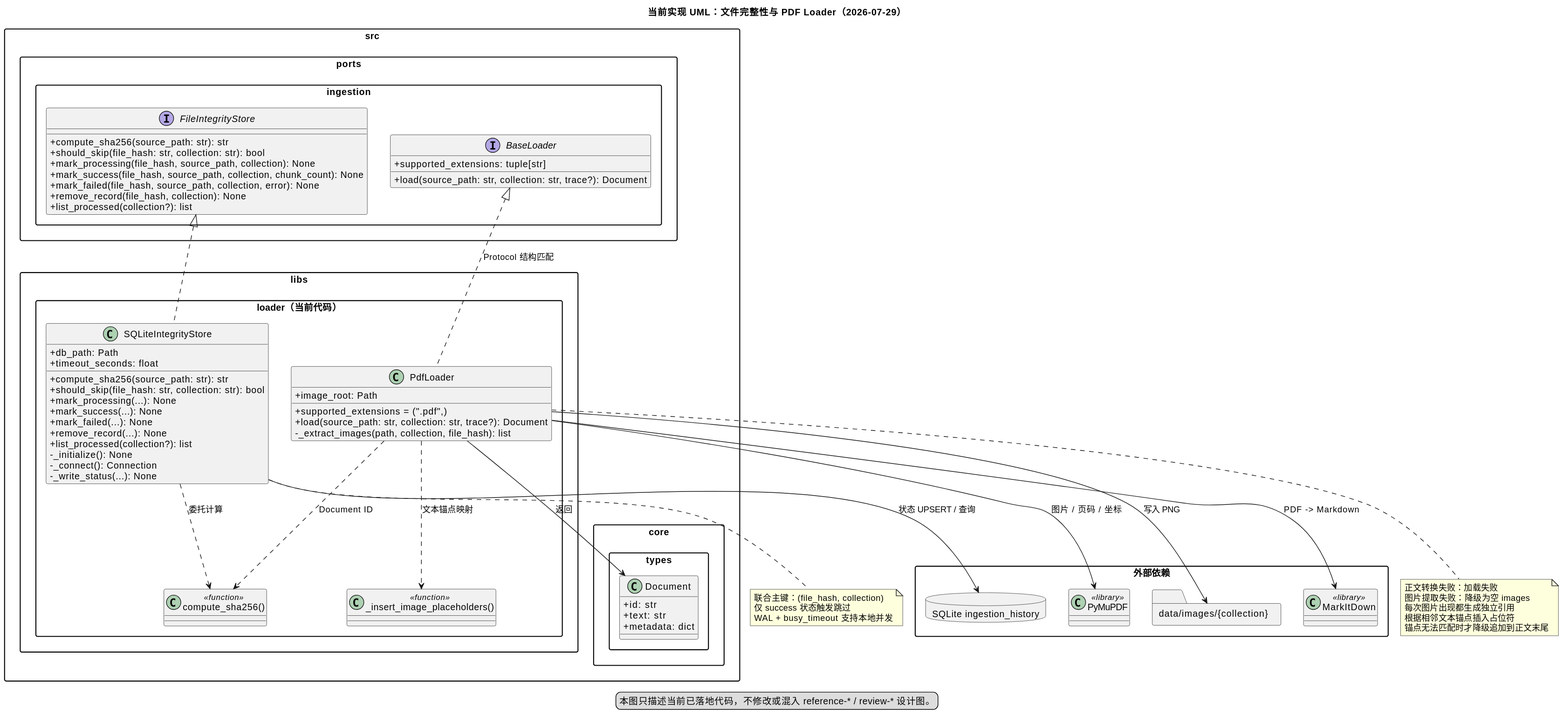
The PlantUML diagram diagrams/current-01-file-integrity-and-pdf-loader.svg in CHZarles/modular-rag-mcp, before a commit. The source it was exported from:
```plantuml
@startuml
title 当前实现 UML：文件完整性与 PDF Loader（2026-07-29）

allowmixing
skinparam classAttributeIconSize 0
skinparam packageStyle rectangle

package "src.ports.ingestion" {
  interface FileIntegrityStore {
    + compute_sha256(source_path: str): str
    + should_skip(file_hash: str, collection: str): bool
    + mark_processing(file_hash, source_path, collection): None
    + mark_success(file_hash, source_path, collection, chunk_count): None
    + mark_failed(file_hash, source_path, collection, error): None
    + remove_record(file_hash, collection): None
    + list_processed(collection?): list
  }

  interface BaseLoader {
    + supported_extensions: tuple[str]
    + load(source_path: str, collection: str, trace?): Document
  }
}

package "src.libs.loader（当前代码）" {
  class SQLiteIntegrityStore {
    + db_path: Path
    + timeout_seconds: float
    + compute_sha256(source_path: str): str
    + should_skip(file_hash: str, collection: str): bool
    + mark_processing(...): None
    + mark_success(...): None
    + mark_failed(...): None
    + remove_record(...): None
    + list_processed(collection?): list
    - _initialize(): None
    - _connect(): Connection
    - _write_status(...): None
  }

  class PdfLoader {
    + supported_extensions = (".pdf",)
    + image_root: Path
    + load(source_path: str, collection: str, trace?): Document
    - _extract_images(path, collection, file_hash): list
  }

  class "compute_sha256()" as ComputeSHA256 <<function>>
  class "_insert_image_placeholders()" as InsertPlaceholders <<function>>
}

package "src.core.types" {
  class Document {
    + id: str
    + text: str
    + metadata: dict
  }
}

package "外部依赖" {
  class MarkItDown <<library>>
  class PyMuPDF <<library>>
  database "SQLite ingestion_history" as IngestionHistoryDb
  folder "data/images/{collection}" as Images
}

FileIntegrityStore <|.. SQLiteIntegrityStore
BaseLoader <|.. PdfLoader : Protocol 结构匹配

SQLiteIntegrityStore ..> ComputeSHA256 : 委托计算
SQLiteIntegrityStore --> IngestionHistoryDb : 状态 UPSERT / 查询

PdfLoader ..> ComputeSHA256 : Document ID
PdfLoader ..> InsertPlaceholders : 文本锚点映射
PdfLoader --> MarkItDown : PDF -> Markdown
PdfLoader --> PyMuPDF : 图片 / 页码 / 坐标
PdfLoader --> Images : 写入 PNG
PdfLoader --> Document : 返回

note bottom of SQLiteIntegrityStore
  联合主键：(file_hash, collection)
  仅 success 状态触发跳过
  WAL + busy_timeout 支持本地并发
end note

note bottom of PdfLoader
  正文转换失败：加载失败
  图片提取失败：降级为空 images
  每次图片出现都生成独立引用
  根据相邻文本锚点插入占位符
  锚点无法匹配时才降级追加到正文末尾
end note

legend bottom
  本图只描述当前已落地代码，不修改或混入 reference-* / review-* 设计图。
endlegend
@enduml
```
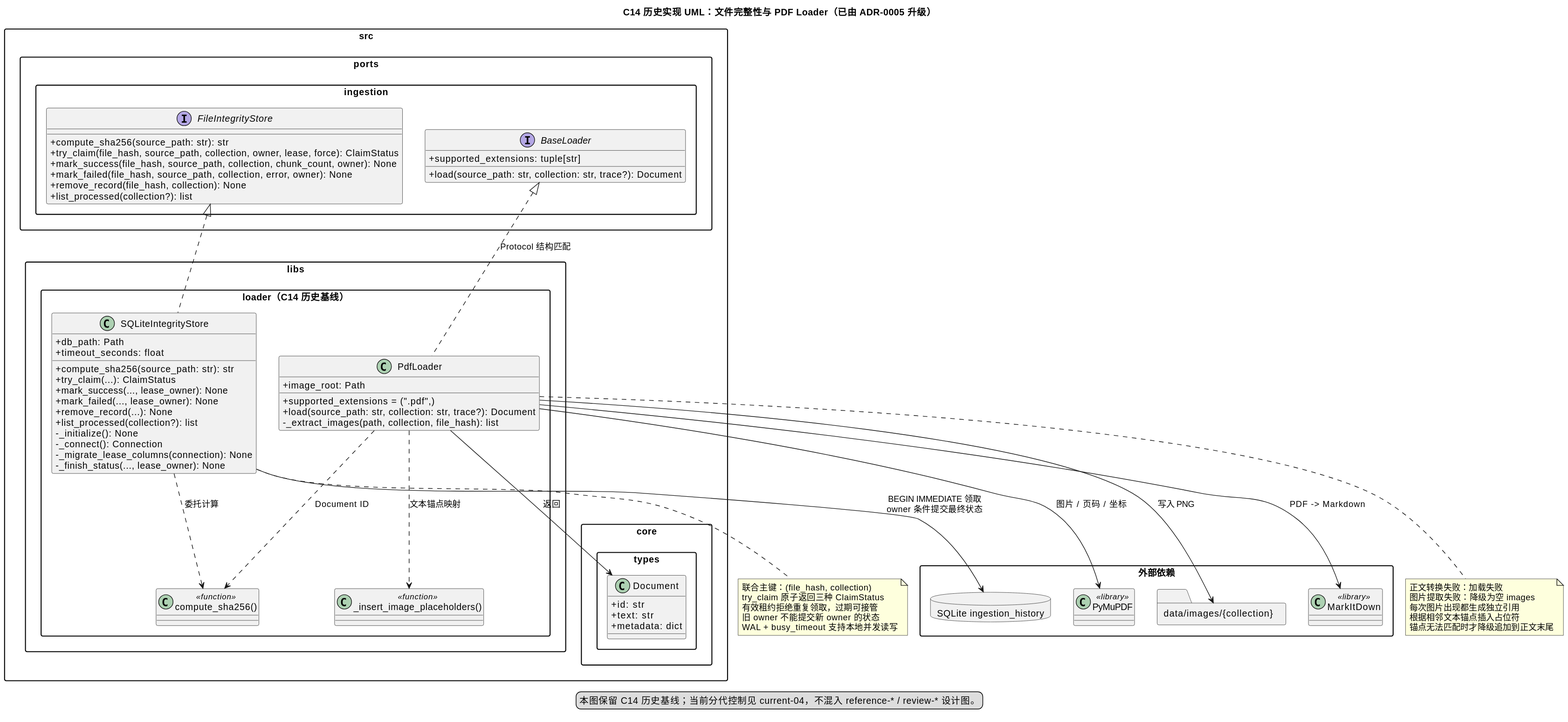
The same file after the commit.

The edit, as a diff of the source:
```diff
@@ -1,5 +1,5 @@
 @startuml
-title 当前实现 UML：文件完整性与 PDF Loader（2026-07-29）
+title C14 历史实现 UML：文件完整性与 PDF Loader（已由 ADR-0005 升级）
 
 allowmixing
 skinparam classAttributeIconSize 0
@@ -8,10 +8,9 @@
 package "src.ports.ingestion" {
   interface FileIntegrityStore {
     + compute_sha256(source_path: str): str
-    + should_skip(file_hash: str, collection: str): bool
-    + mark_processing(file_hash, source_path, collection): None
-    + mark_success(file_hash, source_path, collection, chunk_count): None
-    + mark_failed(file_hash, source_path, collection, error): None
+    + try_claim(file_hash, source_path, collection, owner, lease, force): ClaimStatus
+    + mark_success(file_hash, source_path, collection, chunk_count, owner): None
+    + mark_failed(file_hash, source_path, collection, error, owner): None
     + remove_record(file_hash, collection): None
     + list_processed(collection?): list
   }
@@ -22,20 +21,20 @@
   }
 }
 
-package "src.libs.loader（当前代码）" {
+package "src.libs.loader（C14 历史基线）" {
   class SQLiteIntegrityStore {
     + db_path: Path
     + timeout_seconds: float
     + compute_sha256(source_path: str): str
-    + should_skip(file_hash: str, collection: str): bool
-    + mark_processing(...): None
-    + mark_success(...): None
-    + mark_failed(...): None
+    + try_claim(...): ClaimStatus
+    + mark_success(..., lease_owner): None
+    + mark_failed(..., lease_owner): None
     + remove_record(...): None
     + list_processed(collection?): list
     - _initialize(): None
     - _connect(): Connection
-    - _write_status(...): None
+    - _migrate_lease_columns(connection): None
+    - _finish_status(..., lease_owner): None
   }
 
   class PdfLoader {
@@ -68,7 +67,7 @@
 BaseLoader <|.. PdfLoader : Protocol 结构匹配
 
 SQLiteIntegrityStore ..> ComputeSHA256 : 委托计算
-SQLiteIntegrityStore --> IngestionHistoryDb : 状态 UPSERT / 查询
+SQLiteIntegrityStore --> IngestionHistoryDb : BEGIN IMMEDIATE 领取\nowner 条件提交最终状态
 
 PdfLoader ..> ComputeSHA256 : Document ID
 PdfLoader ..> InsertPlaceholders : 文本锚点映射
@@ -79,8 +78,10 @@
 
 note bottom of SQLiteIntegrityStore
   联合主键：(file_hash, collection)
-  仅 success 状态触发跳过
-  WAL + busy_timeout 支持本地并发
+  try_claim 原子返回三种 ClaimStatus
+  有效租约拒绝重复领取，过期可接管
+  旧 owner 不能提交新 owner 的状态
+  WAL + busy_timeout 支持本地并发读写
 end note
 
 note bottom of PdfLoader
@@ -92,6 +93,6 @@
 end note
 
 legend bottom
-  本图只描述当前已落地代码，不修改或混入 reference-* / review-* 设计图。
+  本图保留 C14 历史基线；当前分代控制见 current-04，不混入 reference-* / review-* 设计图。
 endlegend
 @enduml
```
